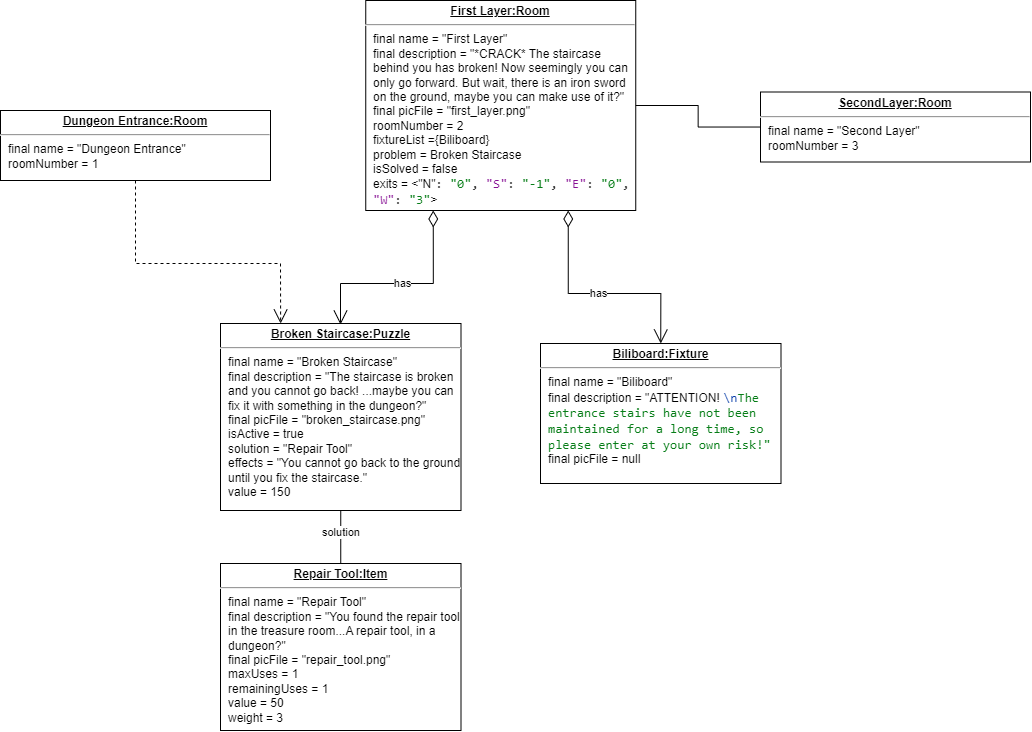
The draw.io diagram docs/object diagram/hw7_od_s2.png in thomaszhang2661/RoomRunner, before a commit. Source tidied: cells renumbered, new cells last; positions are measured from the earlier drawing's top-left corner, leaving out a move shared by most shapes. Source of this version:
```xml
<mxGraphModel>
  <root>
    <mxCell id="0" />
    <mxCell id="1" parent="0" />
    <mxCell id="2" value="&lt;p style=&quot;margin:0px;margin-top:4px;text-align:center;text-decoration:underline;&quot;&gt;&lt;b&gt;First Layer:Room&lt;/b&gt;&lt;/p&gt;&lt;hr&gt;&lt;p style=&quot;margin:0px;margin-left:8px;&quot;&gt;final name =&amp;nbsp;&quot;First Layer&quot;&lt;/p&gt;&lt;p style=&quot;margin:0px;margin-left:8px;&quot;&gt;final description =&amp;nbsp;&quot;*CRACK* The staircase behind you has broken! Now seemingly you can only go forward. But wait, there is an iron sword on the ground, maybe you can make use of it?&quot;&lt;/p&gt;&lt;p style=&quot;margin:0px;margin-left:8px;&quot;&gt;final picFile =&amp;nbsp;&quot;first_layer.png&quot;&lt;/p&gt;&lt;p style=&quot;margin:0px;margin-left:8px;&quot;&gt;roomNumber = 2&lt;br&gt;&lt;/p&gt;&lt;p style=&quot;margin:0px;margin-left:8px;&quot;&gt;fixtureList ={Biliboard}&lt;/p&gt;&lt;p style=&quot;margin:0px;margin-left:8px;&quot;&gt;problem =&amp;nbsp;Broken Staircase&lt;/p&gt;&lt;p style=&quot;margin:0px;margin-left:8px;&quot;&gt;isSolved = false&lt;/p&gt;&lt;p style=&quot;margin:0px;margin-left:8px;&quot;&gt;exits = &amp;lt;&quot;N&quot;&lt;span style=&quot;font-family: &amp;quot;JetBrains Mono&amp;quot;, monospace; font-size: 9.8pt; background-color: rgb(255, 255, 255); color: rgb(8, 8, 8);&quot;&gt;: &lt;/span&gt;&lt;span style=&quot;font-family: &amp;quot;JetBrains Mono&amp;quot;, monospace; font-size: 9.8pt; background-color: rgb(255, 255, 255); color: rgb(6, 125, 23);&quot;&gt;&quot;0&quot;&lt;/span&gt;&lt;span style=&quot;font-family: &amp;quot;JetBrains Mono&amp;quot;, monospace; font-size: 9.8pt; background-color: rgb(255, 255, 255); color: rgb(8, 8, 8);&quot;&gt;, &lt;/span&gt;&lt;span style=&quot;font-family: &amp;quot;JetBrains Mono&amp;quot;, monospace; font-size: 9.8pt; background-color: rgb(255, 255, 255); color: rgb(135, 16, 148);&quot;&gt;&quot;S&quot;&lt;/span&gt;&lt;span style=&quot;font-family: &amp;quot;JetBrains Mono&amp;quot;, monospace; font-size: 9.8pt; background-color: rgb(255, 255, 255); color: rgb(8, 8, 8);&quot;&gt;: &lt;/span&gt;&lt;span style=&quot;font-family: &amp;quot;JetBrains Mono&amp;quot;, monospace; font-size: 9.8pt; background-color: rgb(255, 255, 255); color: rgb(6, 125, 23);&quot;&gt;&quot;-1&quot;&lt;/span&gt;&lt;span style=&quot;font-family: &amp;quot;JetBrains Mono&amp;quot;, monospace; font-size: 9.8pt; background-color: rgb(255, 255, 255); color: rgb(8, 8, 8);&quot;&gt;, &lt;/span&gt;&lt;span style=&quot;font-family: &amp;quot;JetBrains Mono&amp;quot;, monospace; font-size: 9.8pt; background-color: rgb(255, 255, 255); color: rgb(135, 16, 148);&quot;&gt;&quot;E&quot;&lt;/span&gt;&lt;span style=&quot;font-family: &amp;quot;JetBrains Mono&amp;quot;, monospace; font-size: 9.8pt; background-color: rgb(255, 255, 255); color: rgb(8, 8, 8);&quot;&gt;: &lt;/span&gt;&lt;span style=&quot;font-family: &amp;quot;JetBrains Mono&amp;quot;, monospace; font-size: 9.8pt; background-color: rgb(255, 255, 255); color: rgb(6, 125, 23);&quot;&gt;&quot;0&quot;&lt;/span&gt;&lt;span style=&quot;font-family: &amp;quot;JetBrains Mono&amp;quot;, monospace; font-size: 9.8pt; background-color: rgb(255, 255, 255); color: rgb(8, 8, 8);&quot;&gt;, &lt;/span&gt;&lt;span style=&quot;font-family: &amp;quot;JetBrains Mono&amp;quot;, monospace; font-size: 9.8pt; background-color: rgb(255, 255, 255); color: rgb(135, 16, 148);&quot;&gt;&quot;W&quot;&lt;/span&gt;&lt;span style=&quot;font-family: &amp;quot;JetBrains Mono&amp;quot;, monospace; font-size: 9.8pt; background-color: rgb(255, 255, 255); color: rgb(8, 8, 8);&quot;&gt;: &lt;/span&gt;&lt;span style=&quot;font-family: &amp;quot;JetBrains Mono&amp;quot;, monospace; font-size: 9.8pt; background-color: rgb(255, 255, 255); color: rgb(6, 125, 23);&quot;&gt;&quot;3&quot;&lt;/span&gt;&lt;span style=&quot;background-color: initial;&quot;&gt;&amp;gt;&lt;/span&gt;&lt;/p&gt;" style="verticalAlign=top;align=left;overflow=fill;fontSize=12;fontFamily=Helvetica;html=1;whiteSpace=wrap;" parent="1" vertex="1">
      <mxGeometry x="365.2" width="270" height="210" as="geometry" />
    </mxCell>
    <mxCell id="3" value="&lt;p style=&quot;margin:0px;margin-top:4px;text-align:center;text-decoration:underline;&quot;&gt;&lt;b&gt;Biliboard:Fixture&lt;/b&gt;&lt;/p&gt;&lt;hr&gt;&lt;p style=&quot;margin:0px;margin-left:8px;&quot;&gt;final name =&amp;nbsp;&quot;Biliboard&quot;&lt;/p&gt;&lt;p style=&quot;margin:0px;margin-left:8px;&quot;&gt;final description =&amp;nbsp;&quot;ATTENTION! &lt;span style=&quot;font-family: &amp;quot;JetBrains Mono&amp;quot;, monospace; font-size: 9.8pt; background-color: rgb(255, 255, 255); color: rgb(0, 55, 166);&quot;&gt;\n&lt;/span&gt;&lt;span style=&quot;font-family: &amp;quot;JetBrains Mono&amp;quot;, monospace; font-size: 9.8pt; background-color: rgb(255, 255, 255); color: rgb(6, 125, 23);&quot;&gt;The entrance stairs have not been maintained for a long time, so please enter at your own risk!&quot;&lt;/span&gt;&lt;/p&gt;&lt;p style=&quot;margin:0px;margin-left:8px;&quot;&gt;final picFile = null&lt;br&gt;&lt;/p&gt;" style="verticalAlign=top;align=left;overflow=fill;fontSize=12;fontFamily=Helvetica;html=1;whiteSpace=wrap;" parent="1" vertex="1">
      <mxGeometry x="540" y="343" width="240.5" height="140" as="geometry" />
    </mxCell>
    <mxCell id="4" value="has" style="endArrow=open;html=1;endSize=12;startArrow=diamondThin;startSize=14;startFill=0;edgeStyle=orthogonalEdgeStyle;rounded=0;exitX=0.75;exitY=1;exitDx=0;exitDy=0;entryX=0.5;entryY=0;entryDx=0;entryDy=0;" parent="1" edge="1" source="2" target="3">
      <mxGeometry relative="1" as="geometry">
        <Array as="points">
          <mxPoint x="568" y="293" />
          <mxPoint x="660" y="293" />
        </Array>
      </mxGeometry>
    </mxCell>
    <mxCell id="5" value="&lt;p style=&quot;margin:0px;margin-top:4px;text-align:center;text-decoration:underline;&quot;&gt;&lt;b&gt;Broken Staircase:Puzzle&lt;/b&gt;&lt;/p&gt;&lt;hr&gt;&lt;p style=&quot;margin:0px;margin-left:8px;&quot;&gt;final name =&amp;nbsp;&quot;Broken Staircase&lt;span style=&quot;background-color: initial;&quot;&gt;&quot;&lt;/span&gt;&lt;/p&gt;&lt;p style=&quot;margin:0px;margin-left:8px;&quot;&gt;final description =&amp;nbsp;&quot;The staircase is broken and you cannot go back! ...maybe you can fix it with something in the dungeon?&quot;&lt;/p&gt;&lt;p style=&quot;margin:0px;margin-left:8px;&quot;&gt;final picFile =&amp;nbsp;&quot;broken_staircase.png&quot;&lt;/p&gt;&lt;p style=&quot;margin:0px;margin-left:8px;&quot;&gt;&lt;span style=&quot;background-color: initial;&quot;&gt;isActive = true&lt;/span&gt;&lt;/p&gt;&lt;p style=&quot;margin:0px;margin-left:8px;&quot;&gt;&lt;span style=&quot;background-color: initial;&quot;&gt;solution =&amp;nbsp;&lt;/span&gt;&quot;Repair Tool&quot;&lt;/p&gt;&lt;p style=&quot;margin:0px;margin-left:8px;&quot;&gt;&lt;span style=&quot;background-color: initial;&quot;&gt;effects =&amp;nbsp;&lt;/span&gt;&quot;You cannot go back to the ground until you fix the staircase.&quot;&lt;/p&gt;&lt;p style=&quot;margin:0px;margin-left:8px;&quot;&gt;&lt;span style=&quot;background-color: initial;&quot;&gt;value = 150&lt;/span&gt;&lt;/p&gt;" style="verticalAlign=top;align=left;overflow=fill;fontSize=12;fontFamily=Helvetica;html=1;whiteSpace=wrap;" parent="1" vertex="1">
      <mxGeometry x="220" y="323" width="240.5" height="187" as="geometry" />
    </mxCell>
    <mxCell id="6" value="has" style="endArrow=open;html=1;endSize=12;startArrow=diamondThin;startSize=14;startFill=0;edgeStyle=orthogonalEdgeStyle;rounded=0;exitX=0.25;exitY=1;exitDx=0;exitDy=0;" parent="1" edge="1" source="2">
      <mxGeometry relative="1" as="geometry">
        <mxPoint x="340" y="324" as="targetPoint" />
        <Array as="points">
          <mxPoint x="433" y="283" />
          <mxPoint x="340" y="283" />
          <mxPoint x="340" y="324" />
        </Array>
      </mxGeometry>
    </mxCell>
    <mxCell id="7" value="&lt;p style=&quot;margin:0px;margin-top:4px;text-align:center;text-decoration:underline;&quot;&gt;&lt;b&gt;Repair Tool:Item&lt;/b&gt;&lt;/p&gt;&lt;hr&gt;&lt;p style=&quot;margin:0px;margin-left:8px;&quot;&gt;final name =&amp;nbsp;&quot;Repair Tool&quot;&lt;/p&gt;&lt;p style=&quot;margin:0px;margin-left:8px;&quot;&gt;final description =&amp;nbsp;&quot;You found the repair tool in the treasure room...A repair tool, in a dungeon?&quot;&lt;/p&gt;&lt;p style=&quot;margin:0px;margin-left:8px;&quot;&gt;final picFile =&amp;nbsp;&quot;repair_tool.png&quot;&lt;/p&gt;&lt;p style=&quot;margin:0px;margin-left:8px;&quot;&gt;&lt;span style=&quot;background-color: initial;&quot;&gt;&lt;font style=&quot;font-size: 12px;&quot; face=&quot;Helvetica&quot;&gt;maxUses = 1&lt;/font&gt;&lt;/span&gt;&lt;/p&gt;&lt;p style=&quot;margin:0px;margin-left:8px;&quot;&gt;&lt;span style=&quot;background-color: initial;&quot;&gt;&lt;font style=&quot;font-size: 12px;&quot;&gt;remainingUses = 1&lt;/font&gt;&lt;/span&gt;&lt;/p&gt;&lt;p style=&quot;margin:0px;margin-left:8px;&quot;&gt;&lt;span style=&quot;background-color: initial;&quot;&gt;&lt;font style=&quot;font-size: 12px;&quot; face=&quot;Helvetica&quot;&gt;value = 50&lt;/font&gt;&lt;/span&gt;&lt;/p&gt;&lt;p style=&quot;margin:0px;margin-left:8px;&quot;&gt;&lt;span style=&quot;background-color: initial;&quot;&gt;&lt;font face=&quot;Helvetica&quot; style=&quot;font-size: 12px;&quot;&gt;weight = 3&lt;/font&gt;&lt;/span&gt;&lt;/p&gt;" style="verticalAlign=top;align=left;overflow=fill;fontSize=12;fontFamily=Helvetica;html=1;whiteSpace=wrap;" parent="1" vertex="1">
      <mxGeometry x="220" y="563" width="240.5" height="167" as="geometry" />
    </mxCell>
    <mxCell id="8" style="endArrow=none;html=1;edgeStyle=orthogonalEdgeStyle;rounded=0;exitX=0.5;exitY=1;exitDx=0;exitDy=0;entryX=0.5;entryY=0;entryDx=0;entryDy=0;" parent="1" edge="1" source="5" target="7">
      <mxGeometry relative="1" as="geometry" />
    </mxCell>
    <mxCell id="9" value="solution" style="edgeLabel;html=1;align=left;verticalAlign=bottom;" parent="8" vertex="1">
      <mxGeometry x="-1" relative="1" as="geometry">
        <mxPoint x="-20" y="30" as="offset" />
      </mxGeometry>
    </mxCell>
    <mxCell id="10" value="&lt;p style=&quot;margin:0px;margin-top:4px;text-align:center;text-decoration:underline;&quot;&gt;&lt;b&gt;SecondLayer:Room&lt;/b&gt;&lt;/p&gt;&lt;hr&gt;&lt;p style=&quot;margin:0px;margin-left:8px;&quot;&gt;final name =&amp;nbsp;&quot;Second Layer&quot;&lt;/p&gt;&lt;p style=&quot;margin:0px;margin-left:8px;&quot;&gt;roomNumber = 3&lt;br&gt;&lt;br&gt;&lt;/p&gt;" style="verticalAlign=top;align=left;overflow=fill;fontSize=12;fontFamily=Helvetica;html=1;whiteSpace=wrap;" parent="1" vertex="1">
      <mxGeometry x="760" y="91.5" width="270" height="70" as="geometry" />
    </mxCell>
    <mxCell id="11" style="endArrow=none;html=1;edgeStyle=orthogonalEdgeStyle;rounded=0;" parent="1" edge="1" source="2" target="10">
      <mxGeometry relative="1" as="geometry" />
    </mxCell>
    <mxCell id="12" value="&lt;p style=&quot;margin:0px;margin-top:4px;text-align:center;text-decoration:underline;&quot;&gt;&lt;b&gt;Dungeon Entrance:Room&lt;/b&gt;&lt;/p&gt;&lt;hr&gt;&lt;p style=&quot;margin:0px;margin-left:8px;&quot;&gt;final name =&amp;nbsp;&quot;&lt;span style=&quot;border-color: var(--border-color); text-align: center;&quot;&gt;Dungeon Entrance&lt;/span&gt;&quot;&lt;/p&gt;&lt;p style=&quot;margin:0px;margin-left:8px;&quot;&gt;roomNumber = 1&lt;br&gt;&lt;br&gt;&lt;/p&gt;" style="verticalAlign=top;align=left;overflow=fill;fontSize=12;fontFamily=Helvetica;html=1;whiteSpace=wrap;" parent="1" vertex="1">
      <mxGeometry y="110" width="270" height="70" as="geometry" />
    </mxCell>
    <mxCell id="13" style="endArrow=open;endSize=12;dashed=1;html=1;rounded=0;entryX=0.25;entryY=0;entryDx=0;entryDy=0;exitX=0.5;exitY=1;exitDx=0;exitDy=0;" parent="1" edge="1" source="12" target="5">
      <mxGeometry relative="1" as="geometry">
        <Array as="points">
          <mxPoint x="135" y="263" />
          <mxPoint x="280" y="263" />
        </Array>
      </mxGeometry>
    </mxCell>
  </root>
</mxGraphModel>
```
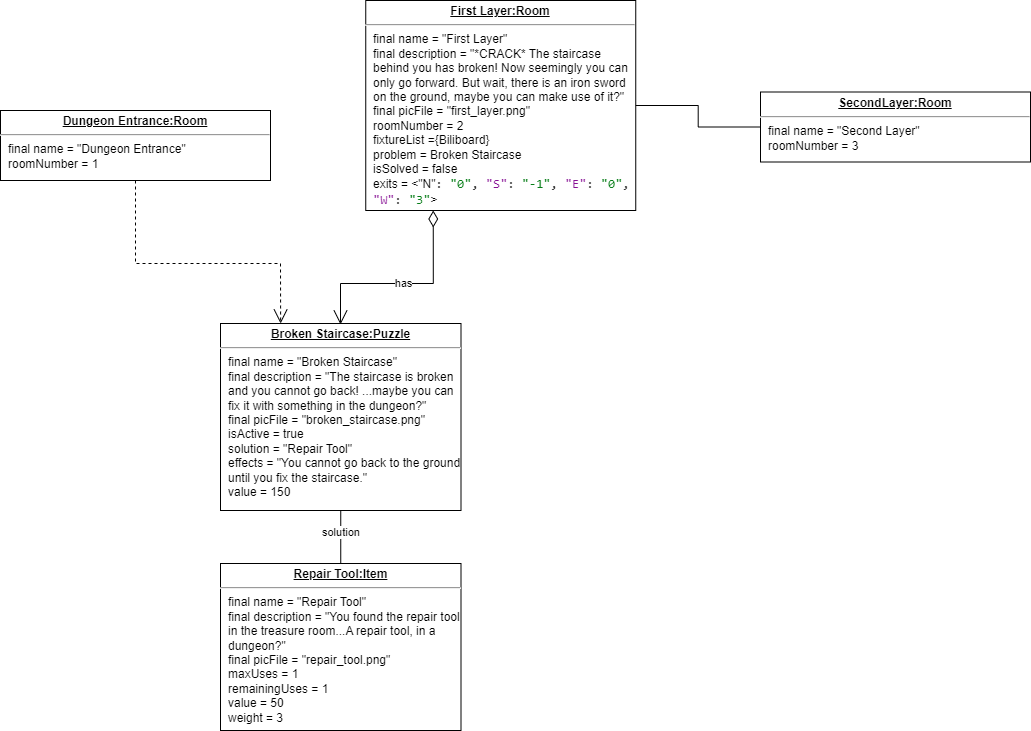
Above is the later version.

Commit message:
deletes the fixture of First Layer

Diff of the diagram source:
```diff
@@ -5,17 +5,6 @@
     <mxCell id="2" value="&lt;p style=&quot;margin:0px;margin-top:4px;text-align:center;text-decoration:underline;&quot;&gt;&lt;b&gt;First Layer:Room&lt;/b&gt;&lt;/p&gt;&lt;hr&gt;&lt;p style=&quot;margin:0px;margin-left:8px;&quot;&gt;final name =&amp;nbsp;&quot;First Layer&quot;&lt;/p&gt;&lt;p style=&quot;margin:0px;margin-left:8px;&quot;&gt;final description =&amp;nbsp;&quot;*CRACK* The staircase behind you has broken! Now seemingly you can only go forward. But wait, there is an iron sword on the ground, maybe you can make use of it?&quot;&lt;/p&gt;&lt;p style=&quot;margin:0px;margin-left:8px;&quot;&gt;final picFile =&amp;nbsp;&quot;first_layer.png&quot;&lt;/p&gt;&lt;p style=&quot;margin:0px;margin-left:8px;&quot;&gt;roomNumber = 2&lt;br&gt;&lt;/p&gt;&lt;p style=&quot;margin:0px;margin-left:8px;&quot;&gt;fixtureList ={Biliboard}&lt;/p&gt;&lt;p style=&quot;margin:0px;margin-left:8px;&quot;&gt;problem =&amp;nbsp;Broken Staircase&lt;/p&gt;&lt;p style=&quot;margin:0px;margin-left:8px;&quot;&gt;isSolved = false&lt;/p&gt;&lt;p style=&quot;margin:0px;margin-left:8px;&quot;&gt;exits = &amp;lt;&quot;N&quot;&lt;span style=&quot;font-family: &amp;quot;JetBrains Mono&amp;quot;, monospace; font-size: 9.8pt; background-color: rgb(255, 255, 255); color: rgb(8, 8, 8);&quot;&gt;: &lt;/span&gt;&lt;span style=&quot;font-family: &amp;quot;JetBrains Mono&amp;quot;, monospace; font-size: 9.8pt; background-color: rgb(255, 255, 255); color: rgb(6, 125, 23);&quot;&gt;&quot;0&quot;&lt;/span&gt;&lt;span style=&quot;font-family: &amp;quot;JetBrains Mono&amp;quot;, monospace; font-size: 9.8pt; background-color: rgb(255, 255, 255); color: rgb(8, 8, 8);&quot;&gt;, &lt;/span&gt;&lt;span style=&quot;font-family: &amp;quot;JetBrains Mono&amp;quot;, monospace; font-size: 9.8pt; background-color: rgb(255, 255, 255); color: rgb(135, 16, 148);&quot;&gt;&quot;S&quot;&lt;/span&gt;&lt;span style=&quot;font-family: &amp;quot;JetBrains Mono&amp;quot;, monospace; font-size: 9.8pt; background-color: rgb(255, 255, 255); color: rgb(8, 8, 8);&quot;&gt;: &lt;/span&gt;&lt;span style=&quot;font-family: &amp;quot;JetBrains Mono&amp;quot;, monospace; font-size: 9.8pt; background-color: rgb(255, 255, 255); color: rgb(6, 125, 23);&quot;&gt;&quot;-1&quot;&lt;/span&gt;&lt;span style=&quot;font-family: &amp;quot;JetBrains Mono&amp;quot;, monospace; font-size: 9.8pt; background-color: rgb(255, 255, 255); color: rgb(8, 8, 8);&quot;&gt;, &lt;/span&gt;&lt;span style=&quot;font-family: &amp;quot;JetBrains Mono&amp;quot;, monospace; font-size: 9.8pt; background-color: rgb(255, 255, 255); color: rgb(135, 16, 148);&quot;&gt;&quot;E&quot;&lt;/span&gt;&lt;span style=&quot;font-family: &amp;quot;JetBrains Mono&amp;quot;, monospace; font-size: 9.8pt; background-color: rgb(255, 255, 255); color: rgb(8, 8, 8);&quot;&gt;: &lt;/span&gt;&lt;span style=&quot;font-family: &amp;quot;JetBrains Mono&amp;quot;, monospace; font-size: 9.8pt; background-color: rgb(255, 255, 255); color: rgb(6, 125, 23);&quot;&gt;&quot;0&quot;&lt;/span&gt;&lt;span style=&quot;font-family: &amp;quot;JetBrains Mono&amp;quot;, monospace; font-size: 9.8pt; background-color: rgb(255, 255, 255); color: rgb(8, 8, 8);&quot;&gt;, &lt;/span&gt;&lt;span style=&quot;font-family: &amp;quot;JetBrains Mono&amp;quot;, monospace; font-size: 9.8pt; background-color: rgb(255, 255, 255); color: rgb(135, 16, 148);&quot;&gt;&quot;W&quot;&lt;/span&gt;&lt;span style=&quot;font-family: &amp;quot;JetBrains Mono&amp;quot;, monospace; font-size: 9.8pt; background-color: rgb(255, 255, 255); color: rgb(8, 8, 8);&quot;&gt;: &lt;/span&gt;&lt;span style=&quot;font-family: &amp;quot;JetBrains Mono&amp;quot;, monospace; font-size: 9.8pt; background-color: rgb(255, 255, 255); color: rgb(6, 125, 23);&quot;&gt;&quot;3&quot;&lt;/span&gt;&lt;span style=&quot;background-color: initial;&quot;&gt;&amp;gt;&lt;/span&gt;&lt;/p&gt;" style="verticalAlign=top;align=left;overflow=fill;fontSize=12;fontFamily=Helvetica;html=1;whiteSpace=wrap;" parent="1" vertex="1">
       <mxGeometry x="365.2" width="270" height="210" as="geometry" />
     </mxCell>
-    <mxCell id="3" value="&lt;p style=&quot;margin:0px;margin-top:4px;text-align:center;text-decoration:underline;&quot;&gt;&lt;b&gt;Biliboard:Fixture&lt;/b&gt;&lt;/p&gt;&lt;hr&gt;&lt;p style=&quot;margin:0px;margin-left:8px;&quot;&gt;final name =&amp;nbsp;&quot;Biliboard&quot;&lt;/p&gt;&lt;p style=&quot;margin:0px;margin-left:8px;&quot;&gt;final description =&amp;nbsp;&quot;ATTENTION! &lt;span style=&quot;font-family: &amp;quot;JetBrains Mono&amp;quot;, monospace; font-size: 9.8pt; background-color: rgb(255, 255, 255); color: rgb(0, 55, 166);&quot;&gt;\n&lt;/span&gt;&lt;span style=&quot;font-family: &amp;quot;JetBrains Mono&amp;quot;, monospace; font-size: 9.8pt; background-color: rgb(255, 255, 255); color: rgb(6, 125, 23);&quot;&gt;The entrance stairs have not been maintained for a long time, so please enter at your own risk!&quot;&lt;/span&gt;&lt;/p&gt;&lt;p style=&quot;margin:0px;margin-left:8px;&quot;&gt;final picFile = null&lt;br&gt;&lt;/p&gt;" style="verticalAlign=top;align=left;overflow=fill;fontSize=12;fontFamily=Helvetica;html=1;whiteSpace=wrap;" parent="1" vertex="1">
-      <mxGeometry x="540" y="343" width="240.5" height="140" as="geometry" />
-    </mxCell>
-    <mxCell id="4" value="has" style="endArrow=open;html=1;endSize=12;startArrow=diamondThin;startSize=14;startFill=0;edgeStyle=orthogonalEdgeStyle;rounded=0;exitX=0.75;exitY=1;exitDx=0;exitDy=0;entryX=0.5;entryY=0;entryDx=0;entryDy=0;" parent="1" edge="1" source="2" target="3">
-      <mxGeometry relative="1" as="geometry">
-        <Array as="points">
-          <mxPoint x="568" y="293" />
-          <mxPoint x="660" y="293" />
-        </Array>
-      </mxGeometry>
-    </mxCell>
     <mxCell id="5" value="&lt;p style=&quot;margin:0px;margin-top:4px;text-align:center;text-decoration:underline;&quot;&gt;&lt;b&gt;Broken Staircase:Puzzle&lt;/b&gt;&lt;/p&gt;&lt;hr&gt;&lt;p style=&quot;margin:0px;margin-left:8px;&quot;&gt;final name =&amp;nbsp;&quot;Broken Staircase&lt;span style=&quot;background-color: initial;&quot;&gt;&quot;&lt;/span&gt;&lt;/p&gt;&lt;p style=&quot;margin:0px;margin-left:8px;&quot;&gt;final description =&amp;nbsp;&quot;The staircase is broken and you cannot go back! ...maybe you can fix it with something in the dungeon?&quot;&lt;/p&gt;&lt;p style=&quot;margin:0px;margin-left:8px;&quot;&gt;final picFile =&amp;nbsp;&quot;broken_staircase.png&quot;&lt;/p&gt;&lt;p style=&quot;margin:0px;margin-left:8px;&quot;&gt;&lt;span style=&quot;background-color: initial;&quot;&gt;isActive = true&lt;/span&gt;&lt;/p&gt;&lt;p style=&quot;margin:0px;margin-left:8px;&quot;&gt;&lt;span style=&quot;background-color: initial;&quot;&gt;solution =&amp;nbsp;&lt;/span&gt;&quot;Repair Tool&quot;&lt;/p&gt;&lt;p style=&quot;margin:0px;margin-left:8px;&quot;&gt;&lt;span style=&quot;background-color: initial;&quot;&gt;effects =&amp;nbsp;&lt;/span&gt;&quot;You cannot go back to the ground until you fix the staircase.&quot;&lt;/p&gt;&lt;p style=&quot;margin:0px;margin-left:8px;&quot;&gt;&lt;span style=&quot;background-color: initial;&quot;&gt;value = 150&lt;/span&gt;&lt;/p&gt;" style="verticalAlign=top;align=left;overflow=fill;fontSize=12;fontFamily=Helvetica;html=1;whiteSpace=wrap;" parent="1" vertex="1">
       <mxGeometry x="220" y="323" width="240.5" height="187" as="geometry" />
     </mxCell>
```
